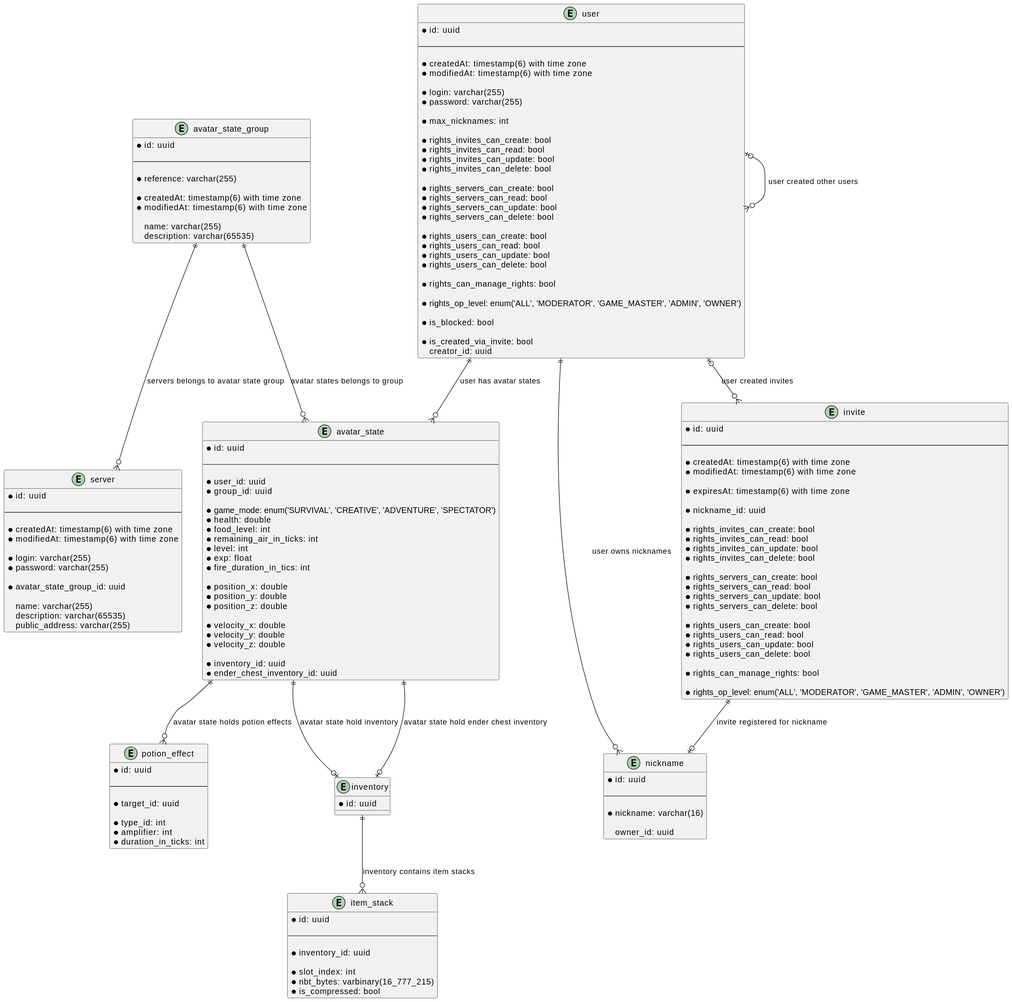
Maksim2498/poms keeps this PlantUML diagram as server/docs/db.svg. Above is the earlier version.
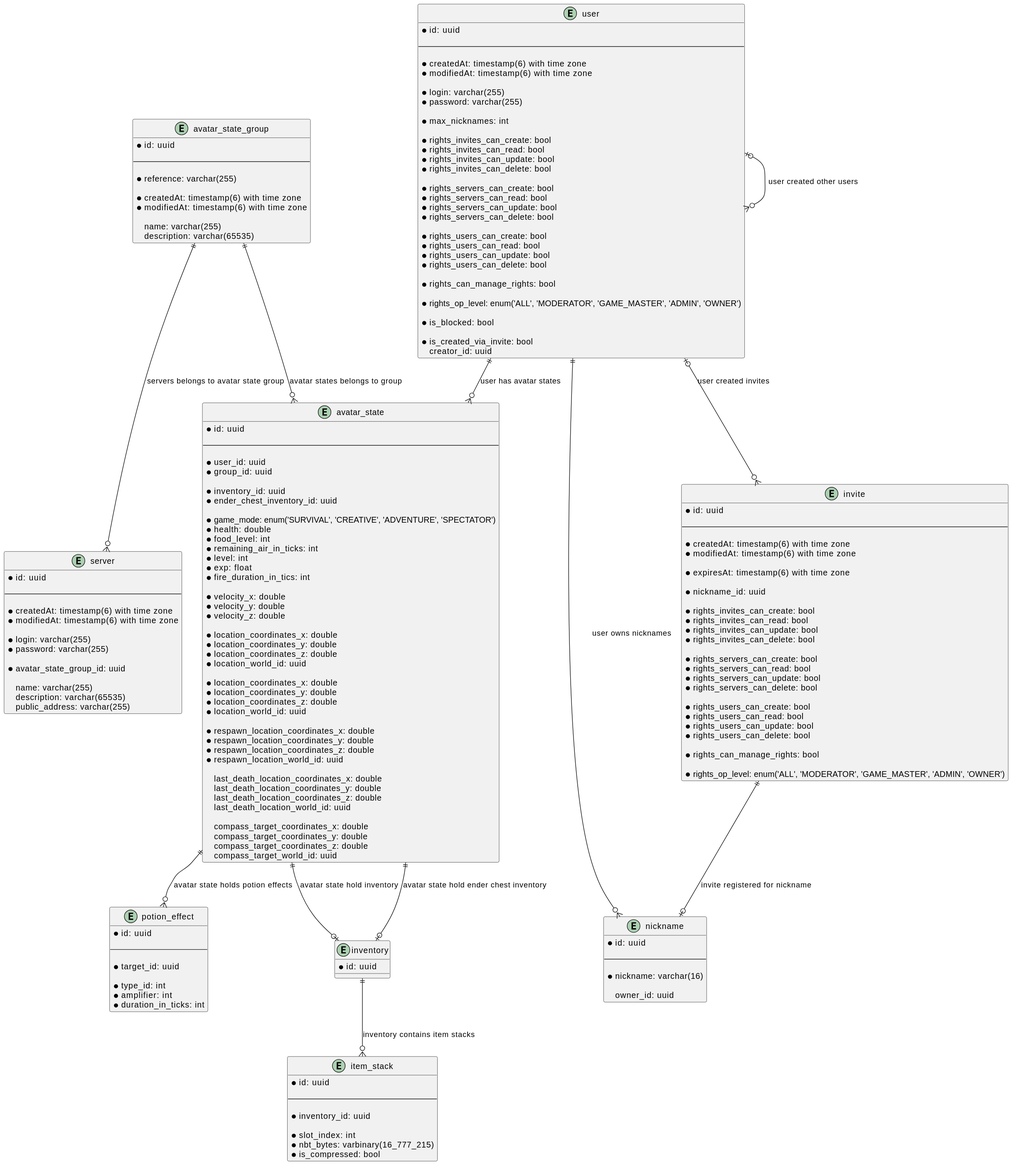
Later version of the same file.

The edit, as a diff of the source:
```diff
@@ -7,6 +7,9 @@
     * user_id: uuid
     * group_id: uuid
 
+    * inventory_id: uuid
+    * ender_chest_inventory_id: uuid
+
     * game_mode: enum('SURVIVAL', 'CREATIVE', 'ADVENTURE', 'SPECTATOR')
     * health: double
     * food_level: int
@@ -15,16 +18,34 @@
     * exp: float
     * fire_duration_in_tics: int
 
-    * position_x: double
-    * position_y: double
-    * position_z: double
-
     * velocity_x: double
     * velocity_y: double
     * velocity_z: double
 
-    * inventory_id: uuid
-    * ender_chest_inventory_id: uuid
+    * location_coordinates_x: double
+    * location_coordinates_y: double
+    * location_coordinates_z: double
+    * location_world_id: uuid
+
+    * location_coordinates_x: double
+    * location_coordinates_y: double
+    * location_coordinates_z: double
+    * location_world_id: uuid
+
+    * respawn_location_coordinates_x: double
+    * respawn_location_coordinates_y: double
+    * respawn_location_coordinates_z: double
+    * respawn_location_world_id: uuid
+
+    last_death_location_coordinates_x: double
+    last_death_location_coordinates_y: double
+    last_death_location_coordinates_z: double
+    last_death_location_world_id: uuid
+
+    compass_target_coordinates_x: double
+    compass_target_coordinates_y: double
+    compass_target_coordinates_z: double
+    compass_target_world_id: uuid
 }
 
 entity avatar_state_group {
```
